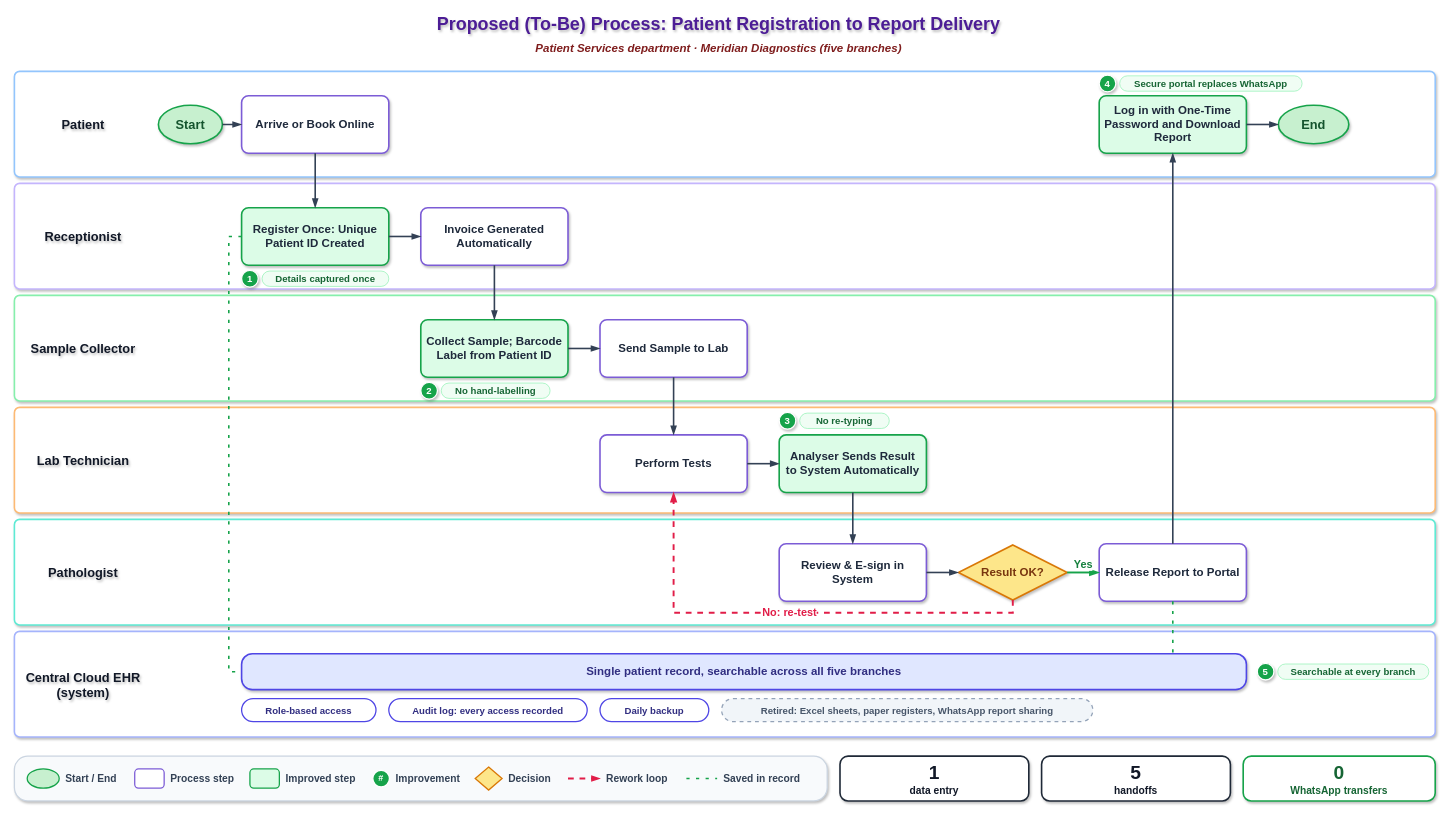
This is 2.2 - Process Map/2.4- Proposed (To-Be) swimlane process map.drawio from Moparapairayat/Meridian-Diagnostics, a draw.io file, before an edit. Source tidied: cells renumbered, new cells numbered last; positions are measured from the earlier drawing's top-left corner, leaving out a move shared by most shapes. Both pictures are drawn from the tidied source at 64%, with x=0, y=0 at pixel (14, 11).
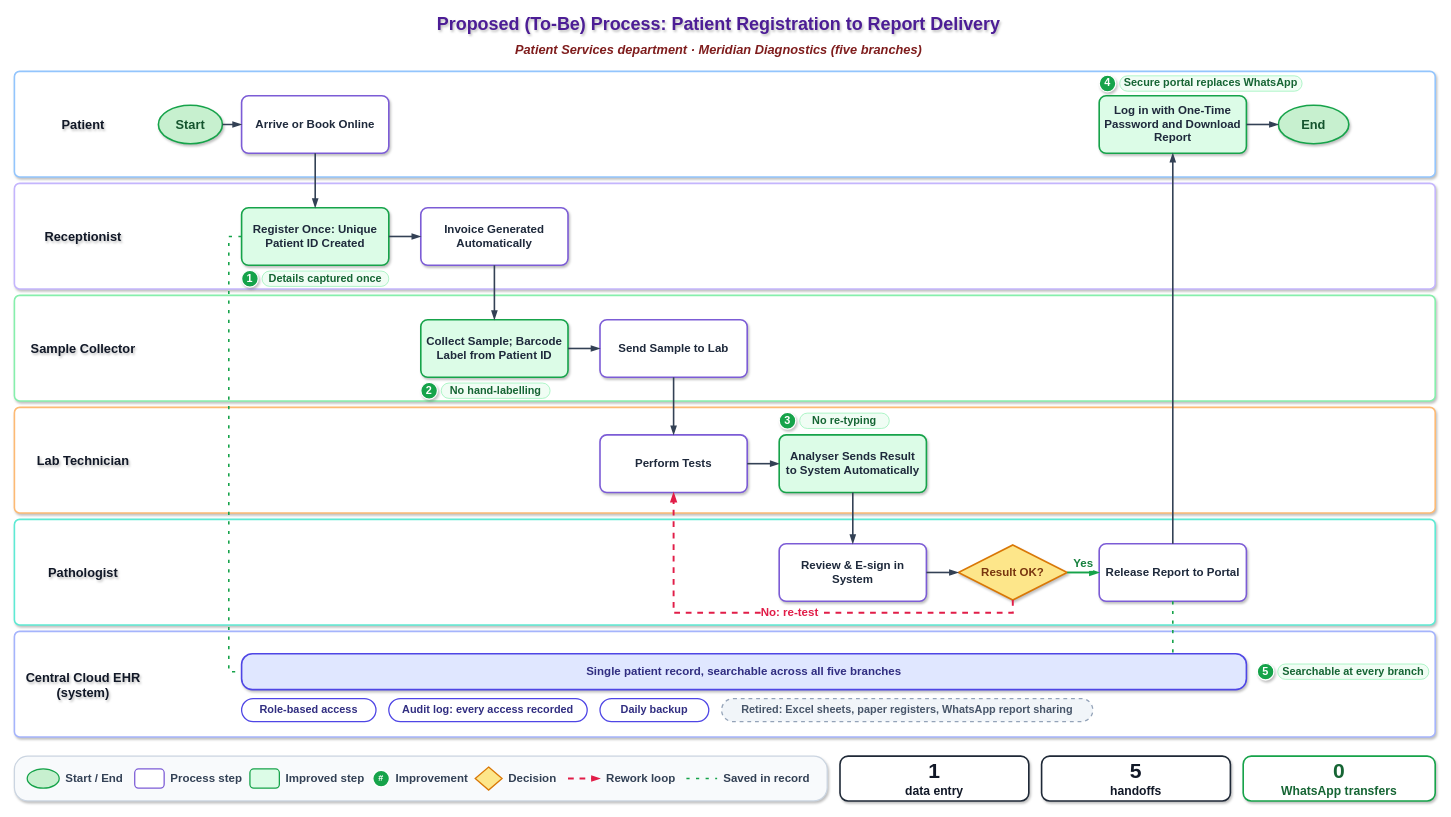
After the change.

The change refers to these unchanged cells:
```xml
<mxCell id="24" value="Perform Tests" style="rounded=1;arcSize=12;whiteSpace=wrap;html=1;fillColor=#FFFFFF;strokeColor=#7C5CD6;strokeWidth=2.5;fontStyle=1;fontSize=18;fontColor=#1E293B;shadow=1;spacing=8;" parent="1" vertex="1">
  <mxGeometry x="915" y="662" width="230" height="90" as="geometry" />
</mxCell>
<mxCell id="27" value="Result OK?" style="rhombus;whiteSpace=wrap;html=1;fillColor=#FDE68A;strokeColor=#D97706;strokeWidth=2.5;fontStyle=1;fontSize=18;fontColor=#78350F;shadow=1;" parent="1" vertex="1">
  <mxGeometry x="1475" y="834" width="170" height="86" as="geometry" />
</mxCell>
<mxCell id="28" value="Release Report to Portal" style="rounded=1;arcSize=12;whiteSpace=wrap;html=1;fillColor=#FFFFFF;strokeColor=#7C5CD6;strokeWidth=2.5;fontStyle=1;fontSize=18;fontColor=#1E293B;shadow=1;spacing=8;" parent="1" vertex="1">
  <mxGeometry x="1695" y="832" width="230" height="90" as="geometry" />
</mxCell>
```

Diff of the diagram source:
```diff
@@
-    <mxCell id="3" value="Patient Services department  ·  Meridian Diagnostics (five branches)" style="text;html=1;align=center;verticalAlign=middle;fontSize=18;fontStyle=3;fontColor=#7F1D1D;" parent="1" vertex="1">
+    <mxCell id="3" value="Patient Services department  ·  Meridian Diagnostics (five branches)" style="text;html=1;align=center;verticalAlign=middle;fontSize=20;fontStyle=3;fontColor=#7F1D1D;" parent="1" vertex="1">
       <mxGeometry x="300" y="44" width="1600" height="30" as="geometry" />
     </mxCell>
@@
-    <mxCell id="30" value="Role-based access" style="rounded=1;arcSize=50;whiteSpace=wrap;html=1;fillColor=#FFFFFF;strokeColor=#4F46E5;strokeWidth=2;fontStyle=1;fontSize=15;fontColor=#312E81;" parent="1" vertex="1">
+    <mxCell id="30" value="Role-based access" style="rounded=1;arcSize=50;whiteSpace=wrap;html=1;fillColor=#FFFFFF;strokeColor=#4F46E5;strokeWidth=2;fontStyle=1;fontSize=17;fontColor=#312E81;" parent="1" vertex="1">
       <mxGeometry x="355" y="1074" width="210" height="36" as="geometry" />
     </mxCell>
-    <mxCell id="31" value="Audit log: every access recorded" style="rounded=1;arcSize=50;whiteSpace=wrap;html=1;fillColor=#FFFFFF;strokeColor=#4F46E5;strokeWidth=2;fontStyle=1;fontSize=15;fontColor=#312E81;" parent="1" vertex="1">
+    <mxCell id="31" value="Audit log: every access recorded" style="rounded=1;arcSize=50;whiteSpace=wrap;html=1;fillColor=#FFFFFF;strokeColor=#4F46E5;strokeWidth=2;fontStyle=1;fontSize=17;fontColor=#312E81;" parent="1" vertex="1">
       <mxGeometry x="585" y="1074" width="310" height="36" as="geometry" />
     </mxCell>
-    <mxCell id="32" value="Daily backup" style="rounded=1;arcSize=50;whiteSpace=wrap;html=1;fillColor=#FFFFFF;strokeColor=#4F46E5;strokeWidth=2;fontStyle=1;fontSize=15;fontColor=#312E81;" parent="1" vertex="1">
+    <mxCell id="32" value="Daily backup" style="rounded=1;arcSize=50;whiteSpace=wrap;html=1;fillColor=#FFFFFF;strokeColor=#4F46E5;strokeWidth=2;fontStyle=1;fontSize=17;fontColor=#312E81;" parent="1" vertex="1">
       <mxGeometry x="915" y="1074" width="170" height="36" as="geometry" />
     </mxCell>
-    <mxCell id="33" value="Retired: Excel sheets, paper registers, WhatsApp report sharing" style="rounded=1;arcSize=50;whiteSpace=wrap;html=1;fillColor=#F1F5F9;strokeColor=#94A3B8;strokeWidth=2;dashed=1;fontStyle=1;fontSize=15;fontColor=#475569;" parent="1" vertex="1">
+    <mxCell id="33" value="Retired: Excel sheets, paper registers, WhatsApp report sharing" style="rounded=1;arcSize=50;whiteSpace=wrap;html=1;fillColor=#F1F5F9;strokeColor=#94A3B8;strokeWidth=2;dashed=1;fontStyle=1;fontSize=17;fontColor=#475569;" parent="1" vertex="1">
       <mxGeometry x="1105" y="1074" width="580" height="36" as="geometry" />
     </mxCell>
-    <mxCell id="34" value="1" style="ellipse;whiteSpace=wrap;html=1;fillColor=#16A34A;strokeColor=#FFFFFF;strokeWidth=2;fontColor=#FFFFFF;fontStyle=1;fontSize=15;shadow=1;" parent="1" vertex="1">
+    <mxCell id="34" value="1" style="ellipse;whiteSpace=wrap;html=1;fillColor=#16A34A;strokeColor=#FFFFFF;strokeWidth=2;fontColor=#FFFFFF;fontStyle=1;fontSize=17;shadow=1;" parent="1" vertex="1">
       <mxGeometry x="355" y="405" width="26" height="26" as="geometry" />
     </mxCell>
-    <mxCell id="35" value="Details captured once" style="rounded=1;arcSize=50;whiteSpace=wrap;html=1;fillColor=#F0FDF4;strokeColor=#86EFAC;fontColor=#166534;fontStyle=1;fontSize=15;" parent="1" vertex="1">
+    <mxCell id="35" value="Details captured once" style="rounded=1;arcSize=50;whiteSpace=wrap;html=1;fillColor=#F0FDF4;strokeColor=#86EFAC;fontColor=#166534;fontStyle=1;fontSize=17;" parent="1" vertex="1">
       <mxGeometry x="387" y="406" width="198" height="24" as="geometry" />
     </mxCell>
-    <mxCell id="36" value="2" style="ellipse;whiteSpace=wrap;html=1;fillColor=#16A34A;strokeColor=#FFFFFF;strokeWidth=2;fontColor=#FFFFFF;fontStyle=1;fontSize=15;shadow=1;" parent="1" vertex="1">
+    <mxCell id="36" value="2" style="ellipse;whiteSpace=wrap;html=1;fillColor=#16A34A;strokeColor=#FFFFFF;strokeWidth=2;fontColor=#FFFFFF;fontStyle=1;fontSize=17;shadow=1;" parent="1" vertex="1">
       <mxGeometry x="635" y="580" width="26" height="26" as="geometry" />
     </mxCell>
-    <mxCell id="37" value="No hand-labelling" style="rounded=1;arcSize=50;whiteSpace=wrap;html=1;fillColor=#F0FDF4;strokeColor=#86EFAC;fontColor=#166534;fontStyle=1;fontSize=15;" parent="1" vertex="1">
+    <mxCell id="37" value="No hand-labelling" style="rounded=1;arcSize=50;whiteSpace=wrap;html=1;fillColor=#F0FDF4;strokeColor=#86EFAC;fontColor=#166534;fontStyle=1;fontSize=17;" parent="1" vertex="1">
       <mxGeometry x="667" y="581" width="170" height="24" as="geometry" />
     </mxCell>
-    <mxCell id="38" value="3" style="ellipse;whiteSpace=wrap;html=1;fillColor=#16A34A;strokeColor=#FFFFFF;strokeWidth=2;fontColor=#FFFFFF;fontStyle=1;fontSize=15;shadow=1;" parent="1" vertex="1">
+    <mxCell id="38" value="3" style="ellipse;whiteSpace=wrap;html=1;fillColor=#16A34A;strokeColor=#FFFFFF;strokeWidth=2;fontColor=#FFFFFF;fontStyle=1;fontSize=17;shadow=1;" parent="1" vertex="1">
       <mxGeometry x="1195" y="627" width="26" height="26" as="geometry" />
     </mxCell>
-    <mxCell id="39" value="No re-typing" style="rounded=1;arcSize=50;whiteSpace=wrap;html=1;fillColor=#F0FDF4;strokeColor=#86EFAC;fontColor=#166534;fontStyle=1;fontSize=15;" parent="1" vertex="1">
+    <mxCell id="39" value="No re-typing" style="rounded=1;arcSize=50;whiteSpace=wrap;html=1;fillColor=#F0FDF4;strokeColor=#86EFAC;fontColor=#166534;fontStyle=1;fontSize=17;" parent="1" vertex="1">
       <mxGeometry x="1227" y="628" width="140" height="24" as="geometry" />
     </mxCell>
-    <mxCell id="40" value="4" style="ellipse;whiteSpace=wrap;html=1;fillColor=#16A34A;strokeColor=#FFFFFF;strokeWidth=2;fontColor=#FFFFFF;fontStyle=1;fontSize=15;shadow=1;" parent="1" vertex="1">
+    <mxCell id="40" value="4" style="ellipse;whiteSpace=wrap;html=1;fillColor=#16A34A;strokeColor=#FFFFFF;strokeWidth=2;fontColor=#FFFFFF;fontStyle=1;fontSize=17;shadow=1;" parent="1" vertex="1">
       <mxGeometry x="1695" y="100" width="26" height="26" as="geometry" />
     </mxCell>
-    <mxCell id="41" value="Secure portal replaces WhatsApp" style="rounded=1;arcSize=50;whiteSpace=wrap;html=1;fillColor=#F0FDF4;strokeColor=#86EFAC;fontColor=#166534;fontStyle=1;fontSize=15;" parent="1" vertex="1">
+    <mxCell id="41" value="Secure portal replaces WhatsApp" style="rounded=1;arcSize=50;whiteSpace=wrap;html=1;fillColor=#F0FDF4;strokeColor=#86EFAC;fontColor=#166534;fontStyle=1;fontSize=17;" parent="1" vertex="1">
       <mxGeometry x="1727" y="101" width="285" height="24" as="geometry" />
     </mxCell>
-    <mxCell id="42" value="5" style="ellipse;whiteSpace=wrap;html=1;fillColor=#16A34A;strokeColor=#FFFFFF;strokeWidth=2;fontColor=#FFFFFF;fontStyle=1;fontSize=15;shadow=1;" parent="1" vertex="1">
+    <mxCell id="42" value="5" style="ellipse;whiteSpace=wrap;html=1;fillColor=#16A34A;strokeColor=#FFFFFF;strokeWidth=2;fontColor=#FFFFFF;fontStyle=1;fontSize=17;shadow=1;" parent="1" vertex="1">
       <mxGeometry x="1942" y="1019" width="26" height="26" as="geometry" />
     </mxCell>
-    <mxCell id="43" value="Searchable at every branch" style="rounded=1;arcSize=50;whiteSpace=wrap;html=1;fillColor=#F0FDF4;strokeColor=#86EFAC;fontColor=#166534;fontStyle=1;fontSize=15;" parent="1" vertex="1">
+    <mxCell id="43" value="Searchable at every branch" style="rounded=1;arcSize=50;whiteSpace=wrap;html=1;fillColor=#F0FDF4;strokeColor=#86EFAC;fontColor=#166534;fontStyle=1;fontSize=17;" parent="1" vertex="1">
       <mxGeometry x="1974" y="1020" width="236" height="24" as="geometry" />
     </mxCell>
@@
-    <mxCell id="53" value="Yes" style="edgeStyle=orthogonalEdgeStyle;rounded=0;html=1;strokeWidth=3;strokeColor=#16A34A;endArrow=blockThin;endFill=1;endSize=8;fontColor=#15803D;fontStyle=1;fontSize=17;labelBackgroundColor=#FFFFFF;exitX=1;exitY=0.5;entryX=0;entryY=0.5;verticalAlign=bottom;libavoidRouting=1;jettySize=auto;" parent="1" edge="1" source="27" target="28">
+    <mxCell id="53" value="Yes" style="edgeStyle=orthogonalEdgeStyle;rounded=0;html=1;strokeWidth=3;strokeColor=#16A34A;endArrow=blockThin;endFill=1;endSize=8;fontColor=#15803D;fontStyle=1;fontSize=18;labelBackgroundColor=#FFFFFF;exitX=1;exitY=0.5;entryX=0;entryY=0.5;verticalAlign=bottom;libavoidRouting=1;jettySize=auto;" parent="1" edge="1" source="27" target="28">
       <mxGeometry relative="1" as="geometry" />
     </mxCell>
@@
-    <mxCell id="56" value="No: re-test" style="edgeStyle=orthogonalEdgeStyle;rounded=0;html=1;strokeWidth=3;strokeColor=#E11D48;dashed=1;endArrow=blockThin;endFill=1;endSize=8;fontColor=#E11D48;fontStyle=1;fontSize=17;labelBackgroundColor=#FFFFFF;exitX=0.5;exitY=1;entryX=0.5;entryY=1;labelPlacement=auto;libavoidRouting=1;jettySize=auto;" parent="1" edge="1" source="27" target="24">
+    <mxCell id="56" value="No: re-test" style="edgeStyle=orthogonalEdgeStyle;rounded=0;html=1;strokeWidth=3;strokeColor=#E11D48;dashed=1;endArrow=blockThin;endFill=1;endSize=8;fontColor=#E11D48;fontStyle=1;fontSize=18;labelBackgroundColor=#FFFFFF;exitX=0.5;exitY=1;entryX=0.5;entryY=1;labelPlacement=auto;libavoidRouting=1;jettySize=auto;" parent="1" edge="1" source="27" target="24">
       <mxGeometry relative="1" as="geometry">
         <Array as="points">
           <mxPoint x="1560" y="940" />
           <mxPoint x="1030" y="940" />
         </Array>
       </mxGeometry>
     </mxCell>
@@
-    <mxCell id="61" value="Start / End" style="text;html=1;align=left;verticalAlign=middle;fontStyle=1;fontSize=16;fontColor=#334155;" parent="1" vertex="1">
+    <mxCell id="61" value="Start / End" style="text;html=1;align=left;verticalAlign=middle;fontStyle=1;fontSize=18;fontColor=#334155;" parent="1" vertex="1">
       <mxGeometry x="78" y="1184" width="100" height="30" as="geometry" />
     </mxCell>
@@
-    <mxCell id="63" value="Process step" style="text;html=1;align=left;verticalAlign=middle;fontStyle=1;fontSize=16;fontColor=#334155;" parent="1" vertex="1">
+    <mxCell id="63" value="Process step" style="text;html=1;align=left;verticalAlign=middle;fontStyle=1;fontSize=18;fontColor=#334155;" parent="1" vertex="1">
       <mxGeometry x="242" y="1184" width="115" height="30" as="geometry" />
     </mxCell>
@@
-    <mxCell id="65" value="Improved step" style="text;html=1;align=left;verticalAlign=middle;fontStyle=1;fontSize=16;fontColor=#334155;" parent="1" vertex="1">
+    <mxCell id="65" value="Improved step" style="text;html=1;align=left;verticalAlign=middle;fontStyle=1;fontSize=18;fontColor=#334155;" parent="1" vertex="1">
       <mxGeometry x="422" y="1184" width="125" height="30" as="geometry" />
     </mxCell>
@@
-    <mxCell id="67" value="Improvement" style="text;html=1;align=left;verticalAlign=middle;fontStyle=1;fontSize=16;fontColor=#334155;" parent="1" vertex="1">
+    <mxCell id="67" value="Improvement" style="text;html=1;align=left;verticalAlign=middle;fontStyle=1;fontSize=18;fontColor=#334155;" parent="1" vertex="1">
       <mxGeometry x="594" y="1184" width="115" height="30" as="geometry" />
     </mxCell>
@@
-    <mxCell id="69" value="Decision" style="text;html=1;align=left;verticalAlign=middle;fontStyle=1;fontSize=16;fontColor=#334155;" parent="1" vertex="1">
+    <mxCell id="69" value="Decision" style="text;html=1;align=left;verticalAlign=middle;fontStyle=1;fontSize=18;fontColor=#334155;" parent="1" vertex="1">
       <mxGeometry x="770" y="1184" width="85" height="30" as="geometry" />
     </mxCell>
@@
-    <mxCell id="71" value="Rework loop" style="text;html=1;align=left;verticalAlign=middle;fontStyle=1;fontSize=16;fontColor=#334155;" parent="1" vertex="1">
+    <mxCell id="71" value="Rework loop" style="text;html=1;align=left;verticalAlign=middle;fontStyle=1;fontSize=18;fontColor=#334155;" parent="1" vertex="1">
       <mxGeometry x="923" y="1184" width="115" height="30" as="geometry" />
     </mxCell>
@@
-    <mxCell id="73" value="Saved in record" style="text;html=1;align=left;verticalAlign=middle;fontStyle=1;fontSize=16;fontColor=#334155;" parent="1" vertex="1">
+    <mxCell id="73" value="Saved in record" style="text;html=1;align=left;verticalAlign=middle;fontStyle=1;fontSize=18;fontColor=#334155;" parent="1" vertex="1">
       <mxGeometry x="1106" y="1184" width="150" height="30" as="geometry" />
     </mxCell>
-    <mxCell id="74" value="&lt;font style=&quot;font-size:30px&quot;&gt;&lt;b&gt;1&lt;/b&gt;&lt;/font&gt;&lt;br&gt;&lt;font style=&quot;font-size:16px&quot;&gt;data entry&lt;/font&gt;" style="rounded=1;arcSize=18;whiteSpace=wrap;html=1;fillColor=#FFFFFF;strokeColor=#1F2937;strokeWidth=2.5;fontColor=#111827;fontStyle=1;shadow=1;" parent="1" vertex="1">
+    <mxCell id="74" value="&lt;font style=&quot;font-size: 33px;&quot;&gt;&lt;b&gt;1&lt;/b&gt;&lt;/font&gt;&lt;br&gt;&lt;font style=&quot;font-size: 19px;&quot;&gt;data entry&lt;/font&gt;" style="rounded=1;arcSize=18;whiteSpace=wrap;html=1;fillColor=#FFFFFF;strokeColor=#1F2937;strokeWidth=2.5;fontColor=#111827;fontStyle=1;shadow=1;fontSize=15;" parent="1" vertex="1">
       <mxGeometry x="1290" y="1164" width="295" height="70" as="geometry" />
     </mxCell>
-    <mxCell id="75" value="&lt;font style=&quot;font-size:30px&quot;&gt;&lt;b&gt;5&lt;/b&gt;&lt;/font&gt;&lt;br&gt;&lt;font style=&quot;font-size:16px&quot;&gt;handoffs&lt;/font&gt;" style="rounded=1;arcSize=18;whiteSpace=wrap;html=1;fillColor=#FFFFFF;strokeColor=#1F2937;strokeWidth=2.5;fontColor=#111827;fontStyle=1;shadow=1;" parent="1" vertex="1">
+    <mxCell id="75" value="&lt;font style=&quot;font-size: 33px;&quot;&gt;&lt;b&gt;5&lt;/b&gt;&lt;/font&gt;&lt;br&gt;&lt;font style=&quot;font-size: 19px;&quot;&gt;handoffs&lt;/font&gt;" style="rounded=1;arcSize=18;whiteSpace=wrap;html=1;fillColor=#FFFFFF;strokeColor=#1F2937;strokeWidth=2.5;fontColor=#111827;fontStyle=1;shadow=1;fontSize=15;" parent="1" vertex="1">
       <mxGeometry x="1605" y="1164" width="295" height="70" as="geometry" />
     </mxCell>
-    <mxCell id="76" value="&lt;font style=&quot;font-size:30px&quot;&gt;&lt;b&gt;0&lt;/b&gt;&lt;/font&gt;&lt;br&gt;&lt;font style=&quot;font-size:16px&quot;&gt;WhatsApp transfers&lt;/font&gt;" style="rounded=1;arcSize=18;whiteSpace=wrap;html=1;fillColor=#FFFFFF;strokeColor=#16A34A;strokeWidth=2.5;fontColor=#166534;fontStyle=1;shadow=1;" parent="1" vertex="1">
+    <mxCell id="76" value="&lt;font style=&quot;font-size: 33px;&quot;&gt;&lt;b&gt;0&lt;/b&gt;&lt;/font&gt;&lt;br&gt;&lt;font style=&quot;font-size: 19px;&quot;&gt;WhatsApp transfers&lt;/font&gt;" style="rounded=1;arcSize=18;whiteSpace=wrap;html=1;fillColor=#FFFFFF;strokeColor=#16A34A;strokeWidth=2.5;fontColor=#166534;fontStyle=1;shadow=1;fontSize=15;" parent="1" vertex="1">
       <mxGeometry x="1920" y="1164" width="300" height="70" as="geometry" />
     </mxCell>
```
